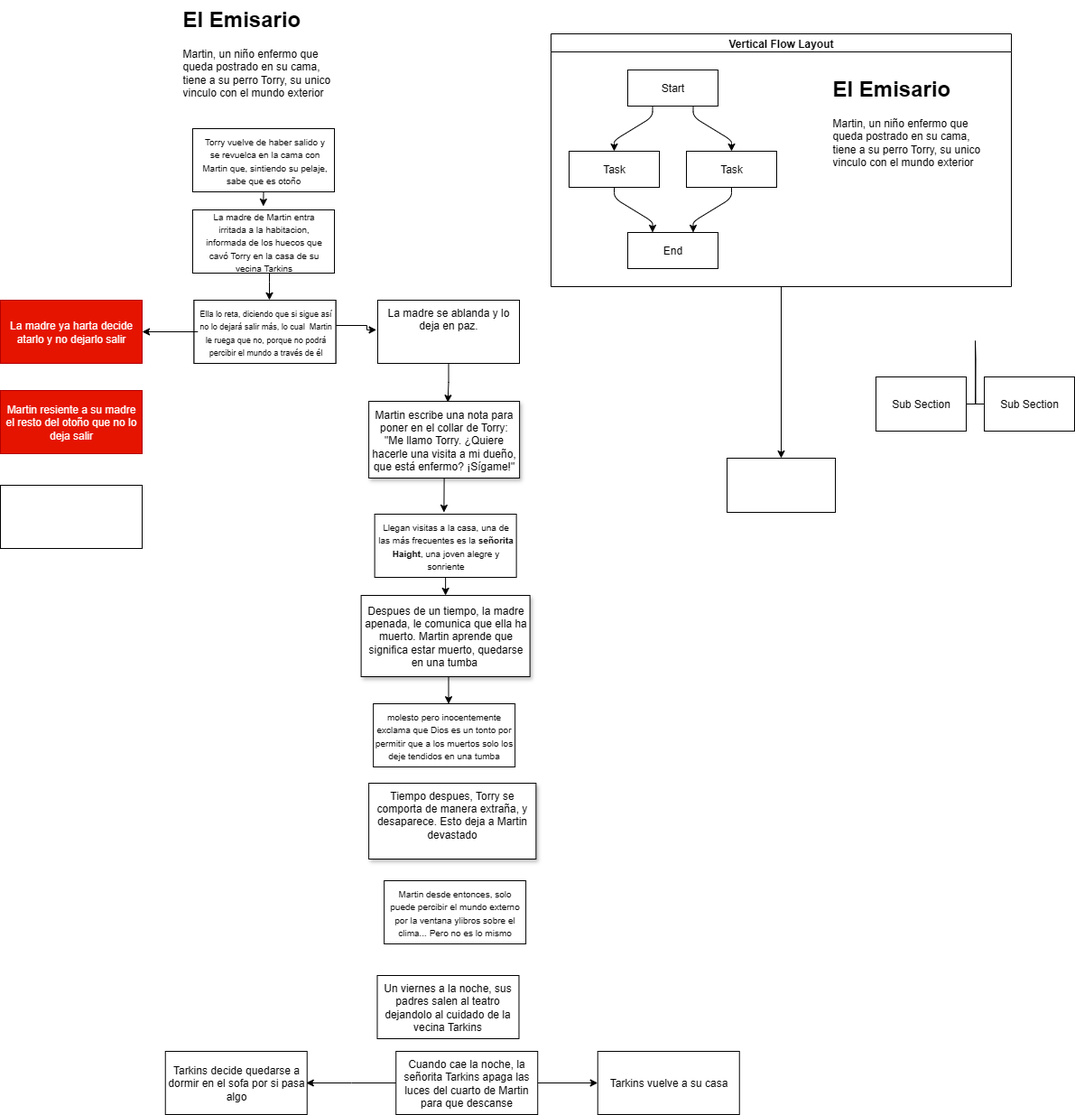
Before: Diagrama E Emisario.drawio.png, a diagram exported from draw.io (ro276/pmiw). Source tidied: cells renumbered, new cells last; positions are measured from the earlier drawing's top-left corner, leaving out a move shared by most shapes.
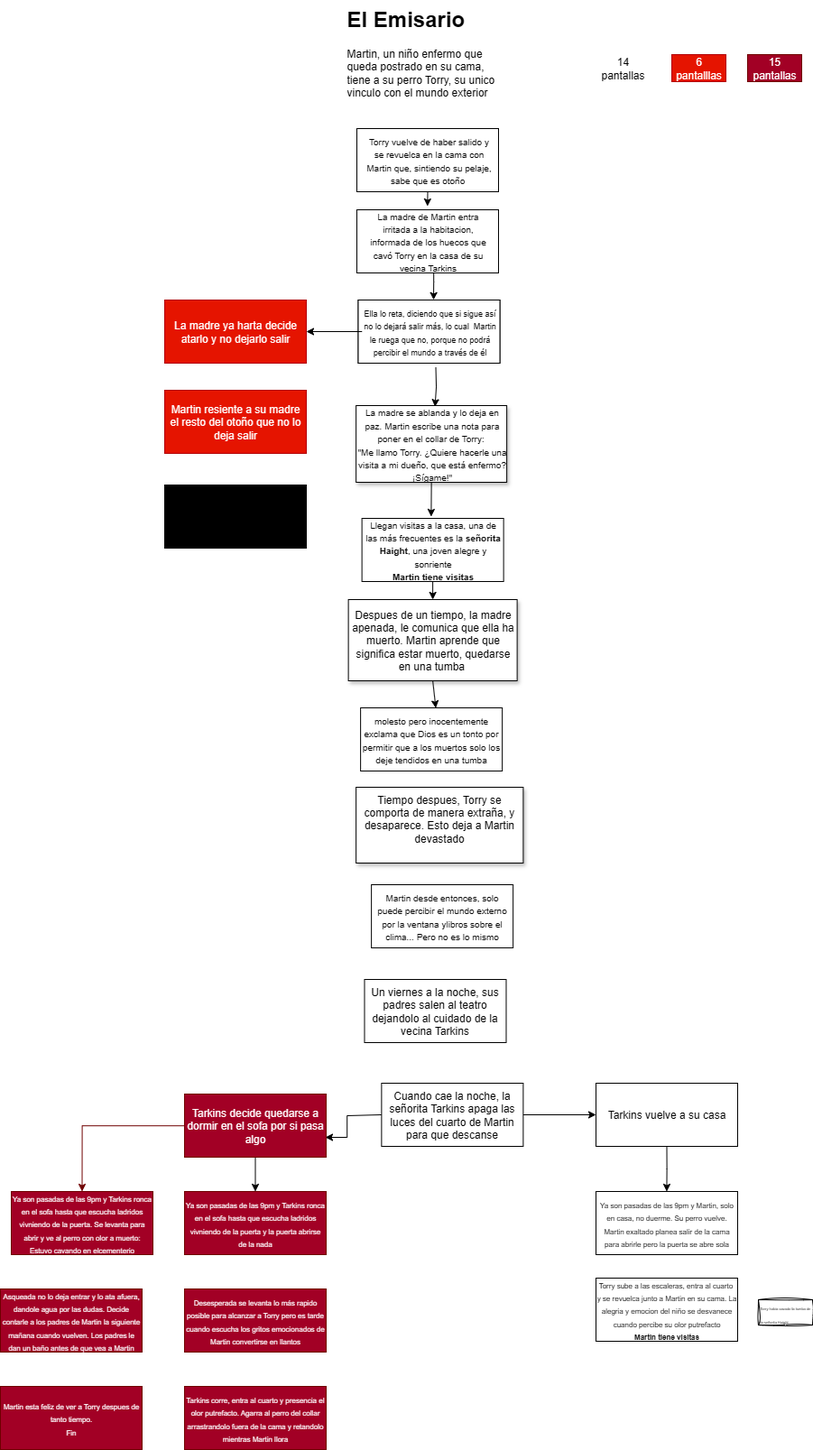
The same diagram one commit later.

Diff of the diagram source:
```diff
@@ -31,7 +31,7 @@
       <mxGeometry relative="1" as="geometry">
-        <mxPoint x="491.4" y="567" as="targetPoint" />
+        <mxPoint x="295.4" y="572" as="targetPoint" />
       </mxGeometry>
     </mxCell>
-    <mxCell id="9" value="&lt;div&gt;Martin escribe una nota para poner en el collar de Torry:&lt;/div&gt;&lt;div&gt;&quot;&lt;span style=&quot;background-color: transparent;&quot;&gt;Me llamo Torry. ¿Quiere hacerle una visita a mi dueño, que está enfermo? ¡Sígame!&quot;&lt;/span&gt;&lt;/div&gt;" style="rounded=0;whiteSpace=wrap;html=1;glass=0;shadow=1;" parent="1" vertex="1">
-      <mxGeometry x="408.1" y="444" width="167" height="85" as="geometry" />
+    <mxCell id="9" value="&lt;div style=&quot;text-align: center;&quot;&gt;&lt;font style=&quot;background-color: transparent; color: light-dark(rgb(0, 0, 0), rgb(255, 255, 255)); font-size: 10px;&quot;&gt;La madre se ablanda y lo deja en paz.&amp;nbsp;&lt;/font&gt;&lt;span style=&quot;background-color: transparent; color: light-dark(rgb(0, 0, 0), rgb(255, 255, 255)); font-size: 10px;&quot;&gt;Martin escribe una nota para poner en el collar de Torry:&amp;nbsp;&lt;/span&gt;&lt;/div&gt;&lt;div style=&quot;text-align: center;&quot;&gt;&lt;span style=&quot;font-size: 10px; background-color: transparent; color: light-dark(rgb(0, 0, 0), rgb(255, 255, 255)); text-align: left;&quot;&gt;&quot;&lt;/span&gt;&lt;span style=&quot;font-size: 10px; background-color: transparent; color: light-dark(rgb(0, 0, 0), rgb(255, 255, 255)); text-align: left;&quot;&gt;Me llamo Torry. ¿Quiere hacerle una visita a mi dueño, que está enfermo? ¡Sígame!&quot;&lt;/span&gt;&lt;/div&gt;" style="rounded=0;whiteSpace=wrap;html=1;glass=0;shadow=1;align=left;" parent="1" vertex="1">
+      <mxGeometry x="212.1" y="449" width="167" height="85" as="geometry" />
     </mxCell>
@@ -40,12 +40,2 @@
     </mxCell>
-    <mxCell id="11" style="edgeStyle=orthogonalEdgeStyle;rounded=0;jettySize=auto;html=1;exitX=0.5;exitY=1;exitDx=0;exitDy=0;entryX=-0.009;entryY=0.47;entryDx=0;entryDy=0;entryPerimeter=0;" parent="1" edge="1" source="12" target="15">
-      <mxGeometry relative="1" as="geometry">
-        <Array as="points">
-          <mxPoint x="370" y="402" />
-          <mxPoint x="370" y="360" />
-          <mxPoint x="406" y="360" />
-          <mxPoint x="406" y="365" />
-        </Array>
-      </mxGeometry>
-    </mxCell>
     <mxCell id="12" style="rounded=0;whiteSpace=wrap;html=1;" parent="1" vertex="1">
@@ -59,5 +49,2 @@
     </mxCell>
-    <mxCell id="15" value="La madre se ablanda y lo deja en paz.&lt;div&gt;&lt;br&gt;&lt;/div&gt;&lt;div&gt;&lt;br&gt;&lt;/div&gt;" style="rounded=0;whiteSpace=wrap;html=1;" parent="1" vertex="1">
-      <mxGeometry x="418" y="332" width="157" height="70" as="geometry" />
-    </mxCell>
     <mxCell id="16" value="La madre ya harta decide atarlo y no dejarlo salir" style="rounded=0;whiteSpace=wrap;html=1;fillColor=#e51400;fontColor=#ffffff;strokeColor=#B20000;" parent="1" vertex="1">
@@ -71,76 +58,20 @@
     </mxCell>
-    <mxCell id="19" value="&lt;font style=&quot;font-size: 10px;&quot;&gt;Llegan visitas a la casa, una de las más frecuentes es la &lt;b&gt;señorita Haight&lt;/b&gt;, una joven alegre y sonriente&lt;/font&gt;" style="rounded=0;whiteSpace=wrap;html=1;" parent="1" vertex="1">
-      <mxGeometry x="414.6" y="569" width="157" height="70" as="geometry" />
+    <mxCell id="19" value="&lt;font style=&quot;font-size: 10px;&quot;&gt;Llegan visitas a la casa, una de las más frecuentes es la &lt;b&gt;señorita Haight&lt;/b&gt;, una joven alegre y sonriente&lt;/font&gt;&lt;div&gt;&lt;font style=&quot;font-size: 10px;&quot;&gt;&lt;b&gt;Martin tiene visitas&lt;/b&gt;&lt;/font&gt;&lt;/div&gt;" style="rounded=0;whiteSpace=wrap;html=1;" parent="1" vertex="1">
+      <mxGeometry x="218.6" y="574" width="157" height="70" as="geometry" />
     </mxCell>
     <mxCell id="20" value="Despues de un tiempo, la madre apenada, le comunica que ella ha muerto. Martin&lt;span style=&quot;background-color: transparent; color: light-dark(rgb(0, 0, 0), rgb(255, 255, 255));&quot;&gt;&amp;nbsp;aprende que significa estar muerto, quedarse en una tumba&amp;nbsp;&lt;/span&gt;" style="rounded=0;whiteSpace=wrap;html=1;shadow=1;" parent="1" vertex="1">
-      <mxGeometry x="399.6" y="659" width="187" height="90" as="geometry" />
+      <mxGeometry x="203.6" y="664" width="187" height="90" as="geometry" />
     </mxCell>
     <mxCell id="21" value="Tiempo despues, Torry se comporta de manera extraña, y desaparece. Esto deja a Martin devastado&lt;div&gt;&lt;br&gt;&lt;/div&gt;" style="rounded=0;whiteSpace=wrap;html=1;shadow=1;" parent="1" vertex="1">
-      <mxGeometry x="408.1" y="867" width="185.2" height="84" as="geometry" />
+      <mxGeometry x="212.1" y="872" width="185.2" height="84" as="geometry" />
     </mxCell>
     <mxCell id="22" value="&lt;font style=&quot;font-size: 10px;&quot;&gt;molesto pero inocentemente exclama que Dios es un tonto por permitir que a los muertos solo los deje tendidos en una tumba&lt;/font&gt;" style="rounded=0;whiteSpace=wrap;html=1;" parent="1" vertex="1">
-      <mxGeometry x="413.1" y="779" width="157" height="70" as="geometry" />
+      <mxGeometry x="217.1" y="784" width="157" height="70" as="geometry" />
     </mxCell>
     <mxCell id="23" value="&lt;font style=&quot;font-size: 10px;&quot;&gt;Martin desde entonces, solo puede percibir el mundo externo por la ventana ylibros sobre el clima... Pero no es lo mismo&lt;/font&gt;" style="rounded=0;whiteSpace=wrap;html=1;" parent="1" vertex="1">
-      <mxGeometry x="425.1" y="975" width="157" height="70" as="geometry" />
+      <mxGeometry x="229.1" y="980" width="157" height="70" as="geometry" />
     </mxCell>
     <mxCell id="24" value="Un viernes a la noche, sus padres salen al teatro dejandolo al cuidado de la vecina Tarkins" style="rounded=0;whiteSpace=wrap;html=1;" parent="1" vertex="1">
-      <mxGeometry x="417.5" y="1080" width="157" height="70" as="geometry" />
+      <mxGeometry x="221.5" y="1085" width="157" height="70" as="geometry" />
     </mxCell>
-    <mxCell id="25" style="edgeStyle=orthogonalEdgeStyle;rounded=0;jettySize=auto;html=1;" parent="1" edge="1" source="26" target="36">
-      <mxGeometry relative="1" as="geometry" />
-    </mxCell>
-    <mxCell id="26" value="Vertical Flow Layout" style="swimlane;startSize=20;horizontal=1;flowOrientation=north;interRankCellSpacing=50;containerType=tree;fontSize=12;" parent="1" vertex="1">
-      <mxGeometry x="610" y="37" width="510" height="280" as="geometry" />
-    </mxCell>
-    <mxCell id="27" value="Start" style="whiteSpace=wrap;html=1;" parent="26" vertex="1">
-      <mxGeometry x="85" y="40" width="100" height="40" as="geometry" />
-    </mxCell>
-    <mxCell id="28" value="Task" style="whiteSpace=wrap;html=1;" parent="26" vertex="1">
-      <mxGeometry x="20" y="130" width="100" height="40" as="geometry" />
-    </mxCell>
-    <mxCell id="29" style="html=1;rounded=1;curved=0;sourcePerimeterSpacing=0;targetPerimeterSpacing=0;startSize=6;endSize=6;noEdgeStyle=1;orthogonal=1;" parent="26" edge="1" source="27" target="28">
-      <mxGeometry relative="1" as="geometry">
-        <Array as="points">
-          <mxPoint x="112.5" y="92" />
-          <mxPoint x="70" y="118" />
-        </Array>
-      </mxGeometry>
-    </mxCell>
-    <mxCell id="30" value="Task" style="whiteSpace=wrap;html=1;" parent="26" vertex="1">
-      <mxGeometry x="150" y="130" width="100" height="40" as="geometry" />
-    </mxCell>
-    <mxCell id="31" style="html=1;rounded=1;curved=0;sourcePerimeterSpacing=0;targetPerimeterSpacing=0;startSize=6;endSize=6;noEdgeStyle=1;orthogonal=1;" parent="26" edge="1" source="27" target="30">
-      <mxGeometry relative="1" as="geometry">
-        <Array as="points">
-          <mxPoint x="157.5" y="92" />
-          <mxPoint x="200" y="118" />
-        </Array>
-      </mxGeometry>
-    </mxCell>
-    <mxCell id="32" value="End" style="whiteSpace=wrap;html=1;" parent="26" vertex="1">
-      <mxGeometry x="85" y="220" width="100" height="40" as="geometry" />
-    </mxCell>
-    <mxCell id="33" style="html=1;rounded=1;curved=0;sourcePerimeterSpacing=0;targetPerimeterSpacing=0;startSize=6;endSize=6;noEdgeStyle=1;orthogonal=1;" parent="26" edge="1" source="28" target="32">
-      <mxGeometry relative="1" as="geometry">
-        <Array as="points">
-          <mxPoint x="70" y="182" />
-          <mxPoint x="112.5" y="208" />
-        </Array>
-      </mxGeometry>
-    </mxCell>
-    <mxCell id="34" style="html=1;rounded=1;curved=0;sourcePerimeterSpacing=0;targetPerimeterSpacing=0;startSize=6;endSize=6;noEdgeStyle=1;orthogonal=1;" parent="26" edge="1" source="30" target="32">
-      <mxGeometry relative="1" as="geometry">
-        <Array as="points">
-          <mxPoint x="200" y="182" />
-          <mxPoint x="157.5" y="208" />
-        </Array>
-      </mxGeometry>
-    </mxCell>
-    <mxCell id="35" value="&lt;h1 style=&quot;margin-top: 0px;&quot;&gt;El Emisario&lt;/h1&gt;&lt;p&gt;Martin, un niño enfermo que queda postrado en su cama, tiene a su perro Torry, su unico vinculo con el mundo exterior&lt;/p&gt;" style="text;html=1;whiteSpace=wrap;overflow=hidden;rounded=0;" parent="26" vertex="1">
-      <mxGeometry x="310" y="40" width="180" height="120" as="geometry" />
-    </mxCell>
-    <mxCell id="36" style="whiteSpace=wrap;html=1;fontStyle=1;startSize=20;horizontal=1;" parent="1" vertex="1">
-      <mxGeometry x="805" y="507" width="120" height="60" as="geometry" />
-    </mxCell>
     <mxCell id="37" value="&lt;h1 style=&quot;margin-top: 0px;&quot;&gt;El Emisario&lt;/h1&gt;&lt;p&gt;Martin, un niño enfermo que queda postrado en su cama, tiene a su perro Torry, su unico vinculo con el mundo exterior&lt;/p&gt;" style="text;html=1;whiteSpace=wrap;overflow=hidden;rounded=0;" parent="1" vertex="1">
@@ -148,20 +79,6 @@
     </mxCell>
-    <mxCell id="38" style="edgeStyle=orthogonalEdgeStyle;sourcePerimeterSpacing=0;targetPerimeterSpacing=0;startArrow=none;endArrow=none;rounded=0;targetPortConstraint=eastwest;sourcePortConstraint=northsouth;curved=0;rounded=0;" parent="1" edge="1" target="40">
-      <mxGeometry relative="1" as="geometry">
-        <mxPoint x="1080" y="377" as="sourcePoint" />
-      </mxGeometry>
-    </mxCell>
-    <mxCell id="39" style="edgeStyle=orthogonalEdgeStyle;sourcePerimeterSpacing=0;targetPerimeterSpacing=0;startArrow=none;endArrow=none;rounded=0;targetPortConstraint=eastwest;sourcePortConstraint=northsouth;curved=0;rounded=0;" parent="1" edge="1" target="41">
-      <mxGeometry relative="1" as="geometry">
-        <mxPoint x="1080" y="377" as="sourcePoint" />
-      </mxGeometry>
-    </mxCell>
-    <mxCell id="40" value="Sub Section" style="whiteSpace=wrap;html=1;align=center;verticalAlign=middle;" parent="1" vertex="1">
-      <mxGeometry x="970" y="417" width="100" height="60" as="geometry" />
-    </mxCell>
-    <mxCell id="41" value="Sub Section" style="whiteSpace=wrap;html=1;align=center;verticalAlign=middle;" parent="1" vertex="1">
-      <mxGeometry x="1090" y="417" width="100" height="60" as="geometry" />
-    </mxCell>
-    <mxCell id="42" style="edgeStyle=orthogonalEdgeStyle;rounded=0;jettySize=auto;html=1;exitX=0.5;exitY=1;exitDx=0;exitDy=0;entryX=0.524;entryY=0.015;entryDx=0;entryDy=0;entryPerimeter=0;" parent="1" edge="1" source="15" target="9">
-      <mxGeometry relative="1" as="geometry" />
+    <mxCell id="42" style="edgeStyle=orthogonalEdgeStyle;rounded=0;jettySize=auto;html=1;exitX=0.5;exitY=1;exitDx=0;exitDy=0;entryX=0.524;entryY=0.015;entryDx=0;entryDy=0;entryPerimeter=0;" parent="1" edge="1" target="9">
+      <mxGeometry relative="1" as="geometry">
+        <mxPoint x="300.5" y="407" as="sourcePoint" />
+      </mxGeometry>
     </mxCell>
@@ -170,8 +87,12 @@
     </mxCell>
-    <mxCell id="44" style="rounded=0;whiteSpace=wrap;html=1;" parent="1" vertex="1">
+    <mxCell id="44" value="Despues de un tiempo su enfermedad empeora y fallece, dejando a su madre devastada&amp;nbsp;" style="rounded=0;whiteSpace=wrap;html=1;fillColor=light-dark(#000000,#FF1400);" parent="1" vertex="1">
       <mxGeometry y="537" width="157" height="70" as="geometry" />
     </mxCell>
-    <mxCell id="45" style="edgeStyle=orthogonalEdgeStyle;rounded=0;jettySize=auto;html=1;flowAnimation=0;" parent="1" edge="1" source="47">
+    <mxCell id="45" style="edgeStyle=orthogonalEdgeStyle;rounded=0;jettySize=auto;html=1;flowAnimation=0;exitX=0;exitY=0.5;exitDx=0;exitDy=0;" parent="1" edge="1" source="47">
       <mxGeometry relative="1" as="geometry">
-        <mxPoint x="338.7" y="1199" as="targetPoint" />
+        <mxPoint x="178" y="1260" as="targetPoint" />
+        <Array as="points">
+          <mxPoint x="202" y="1236" />
+          <mxPoint x="202" y="1260" />
+        </Array>
       </mxGeometry>
@@ -182,10 +103,57 @@
     <mxCell id="47" value="Cuando cae la noche, la señorita Tarkins apaga las luces del cuarto de Martin para que descanse" style="rounded=0;whiteSpace=wrap;html=1;" parent="1" vertex="1">
-      <mxGeometry x="438.2" y="1164" width="157" height="70" as="geometry" />
+      <mxGeometry x="240.4" y="1200" width="157" height="70" as="geometry" />
     </mxCell>
+    <mxCell id="50" style="edgeStyle=orthogonalEdgeStyle;rounded=0;jettySize=auto;html=1;entryX=0.5;entryY=0;entryDx=0;entryDy=0;fillColor=#a20025;strokeColor=#6F0000;" parent="1" edge="1" source="48" target="54">
+      <mxGeometry relative="1" as="geometry" />
+    </mxCell>
+    <mxCell id="51" style="edgeStyle=orthogonalEdgeStyle;rounded=0;jettySize=auto;html=1;exitX=0.5;exitY=1;exitDx=0;exitDy=0;entryX=0.5;entryY=0;entryDx=0;entryDy=0;" parent="1" edge="1" source="48" target="61">
+      <mxGeometry relative="1" as="geometry" />
+    </mxCell>
-    <mxCell id="48" value="Tarkins decide quedarse a dormir en el sofa por si pasa algo" style="rounded=0;whiteSpace=wrap;html=1;" parent="1" vertex="1">
-      <mxGeometry x="182.7" y="1164" width="157" height="70" as="geometry" />
+    <mxCell id="48" value="Tarkins decide quedarse a dormir en el sofa por si pasa algo" style="rounded=0;whiteSpace=wrap;html=1;fillColor=#a20025;strokeColor=#6F0000;fontColor=#ffffff;" parent="1" vertex="1">
+      <mxGeometry x="22" y="1212" width="157" height="70" as="geometry" />
     </mxCell>
+    <mxCell id="52" style="edgeStyle=orthogonalEdgeStyle;rounded=0;jettySize=auto;html=1;exitX=0.5;exitY=1;exitDx=0;exitDy=0;" parent="1" edge="1" source="49">
+      <mxGeometry relative="1" as="geometry">
+        <mxPoint x="556.4" y="1320" as="targetPoint" />
+      </mxGeometry>
+    </mxCell>
     <mxCell id="49" value="Tarkins vuelve a su casa" style="rounded=0;whiteSpace=wrap;html=1;" parent="1" vertex="1">
-      <mxGeometry x="661.7" y="1164" width="157" height="70" as="geometry" />
+      <mxGeometry x="478" y="1200" width="157" height="70" as="geometry" />
     </mxCell>
+    <mxCell id="53" value="&lt;span style=&quot;font-size: 8px;&quot;&gt;Ya son pasadas de las 9pm y Martin, solo en casa, no duerme. Su perro vuelve.&lt;/span&gt;&lt;div&gt;&lt;span style=&quot;font-size: 8px;&quot;&gt;Martin exaltado planea salir de la cama para abrirle pero la puerta se abre sola&lt;/span&gt;&lt;/div&gt;" style="rounded=0;whiteSpace=wrap;html=1;" parent="1" vertex="1">
+      <mxGeometry x="478" y="1320" width="157" height="70" as="geometry" />
+    </mxCell>
+    <mxCell id="54" value="&lt;span style=&quot;font-size: 8px;&quot;&gt;Ya son pasadas de las 9pm y Tarkins ronca en el sofa hasta que escucha ladridos vivniendo de la puerta. Se levanta para abrir y ve al perro con olor a muerto: Estuvo cavando en elcementerio&lt;/span&gt;" style="rounded=0;whiteSpace=wrap;html=1;fillColor=#a20025;strokeColor=#6F0000;fontColor=#ffffff;" parent="1" vertex="1">
+      <mxGeometry x="-170" y="1320" width="157" height="70" as="geometry" />
+    </mxCell>
+    <mxCell id="55" value="&lt;span style=&quot;font-size: 8px;&quot;&gt;Torry sube a las escaleras, entra al cuarto&amp;nbsp; y se revuelca junto a Martin en su cama. La alegria y emocion del niño se desvanece cuando percibe su olor putrefacto&lt;/span&gt;&lt;div&gt;&lt;span style=&quot;font-size: 8px;&quot;&gt;&lt;b&gt;Martin tiene visitas&lt;/b&gt;&lt;/span&gt;&lt;/div&gt;" style="rounded=0;whiteSpace=wrap;html=1;" parent="1" vertex="1">
+      <mxGeometry x="478" y="1416" width="157" height="70" as="geometry" />
+    </mxCell>
+    <mxCell id="56" value="&lt;span style=&quot;font-size: 8px;&quot;&gt;Desesperada se levanta lo más rapido posible para alcanzar a Torry pero es tarde cuando escucha los gritos emocionados de Martin convertirse en llantos&lt;/span&gt;" style="rounded=0;whiteSpace=wrap;html=1;fillColor=#a20025;strokeColor=#6F0000;fontColor=#ffffff;" parent="1" vertex="1">
+      <mxGeometry x="22" y="1428" width="157" height="70" as="geometry" />
+    </mxCell>
+    <mxCell id="57" value="14 pantallas" style="text;html=1;align=center;verticalAlign=middle;whiteSpace=wrap;rounded=0;" parent="1" vertex="1">
+      <mxGeometry x="478" y="60" width="60" height="30" as="geometry" />
+    </mxCell>
+    <mxCell id="58" value="6 pantalllas" style="text;html=1;align=center;verticalAlign=middle;whiteSpace=wrap;rounded=0;fillColor=#e51400;fontColor=#ffffff;strokeColor=#B20000;" parent="1" vertex="1">
+      <mxGeometry x="562" y="60" width="60" height="30" as="geometry" />
+    </mxCell>
+    <mxCell id="59" value="15 pantallas" style="text;html=1;align=center;verticalAlign=middle;whiteSpace=wrap;rounded=0;fillColor=#a20025;fontColor=#ffffff;strokeColor=#6F0000;" parent="1" vertex="1">
+      <mxGeometry x="646" y="60" width="60" height="30" as="geometry" />
+    </mxCell>
+    <mxCell id="60" value="&lt;span style=&quot;font-size: 8px;&quot;&gt;Tarkins corre, entra al cuarto y presencia el olor putrefacto. Agarra al perro del collar arrastrandolo fuera de la cama y retandolo mientras Martin llora&lt;/span&gt;" style="rounded=0;whiteSpace=wrap;html=1;fillColor=#a20025;strokeColor=#6F0000;fontColor=#ffffff;" parent="1" vertex="1">
+      <mxGeometry x="22" y="1536" width="157" height="70" as="geometry" />
+    </mxCell>
+    <mxCell id="61" value="&lt;span style=&quot;font-size: 8px;&quot;&gt;Ya son pasadas de las 9pm y Tarkins ronca en el sofa hasta que escucha ladridos vivniendo de la puerta y la puerta abrirse de la nada&lt;/span&gt;" style="rounded=0;whiteSpace=wrap;html=1;fillColor=#a20025;strokeColor=#6F0000;fontColor=#ffffff;" parent="1" vertex="1">
+      <mxGeometry x="22" y="1320" width="157" height="70" as="geometry" />
+    </mxCell>
+    <mxCell id="62" value="&lt;span style=&quot;font-size: 8px;&quot;&gt;Asqueada no lo deja entrar y lo ata afuera, dandole agua por las dudas. Decide contarle a los padres de Martin la siguiente mañana cuando vuelven. Los padres le dan un baño antes de que vea a Martin&lt;/span&gt;" style="rounded=0;whiteSpace=wrap;html=1;fillColor=#a20025;strokeColor=#6F0000;fontColor=#ffffff;" parent="1" vertex="1">
+      <mxGeometry x="-182" y="1428" width="157" height="70" as="geometry" />
+    </mxCell>
+    <mxCell id="63" value="&lt;span style=&quot;font-size: 8px;&quot;&gt;Martin esta feliz de ver a Torry despues de tanto tiempo.&lt;/span&gt;&lt;div&gt;&lt;span style=&quot;font-size: 8px;&quot;&gt;Fin&lt;/span&gt;&lt;/div&gt;" style="rounded=0;whiteSpace=wrap;html=1;fillColor=#a20025;strokeColor=#6F0000;fontColor=#ffffff;" parent="1" vertex="1">
+      <mxGeometry x="-182" y="1536" width="157" height="70" as="geometry" />
+    </mxCell>
+    <mxCell id="64" value="&lt;font style=&quot;font-size: 4px;&quot;&gt;Torry habia cavado la tumba de la señorita Haight&lt;/font&gt;" style="rounded=0;whiteSpace=wrap;html=1;sketch=1;curveFitting=1;jiggle=2;align=left;" parent="1" vertex="1">
+      <mxGeometry x="658" y="1440" width="60" height="28" as="geometry" />
+    </mxCell>
   </root>
```
